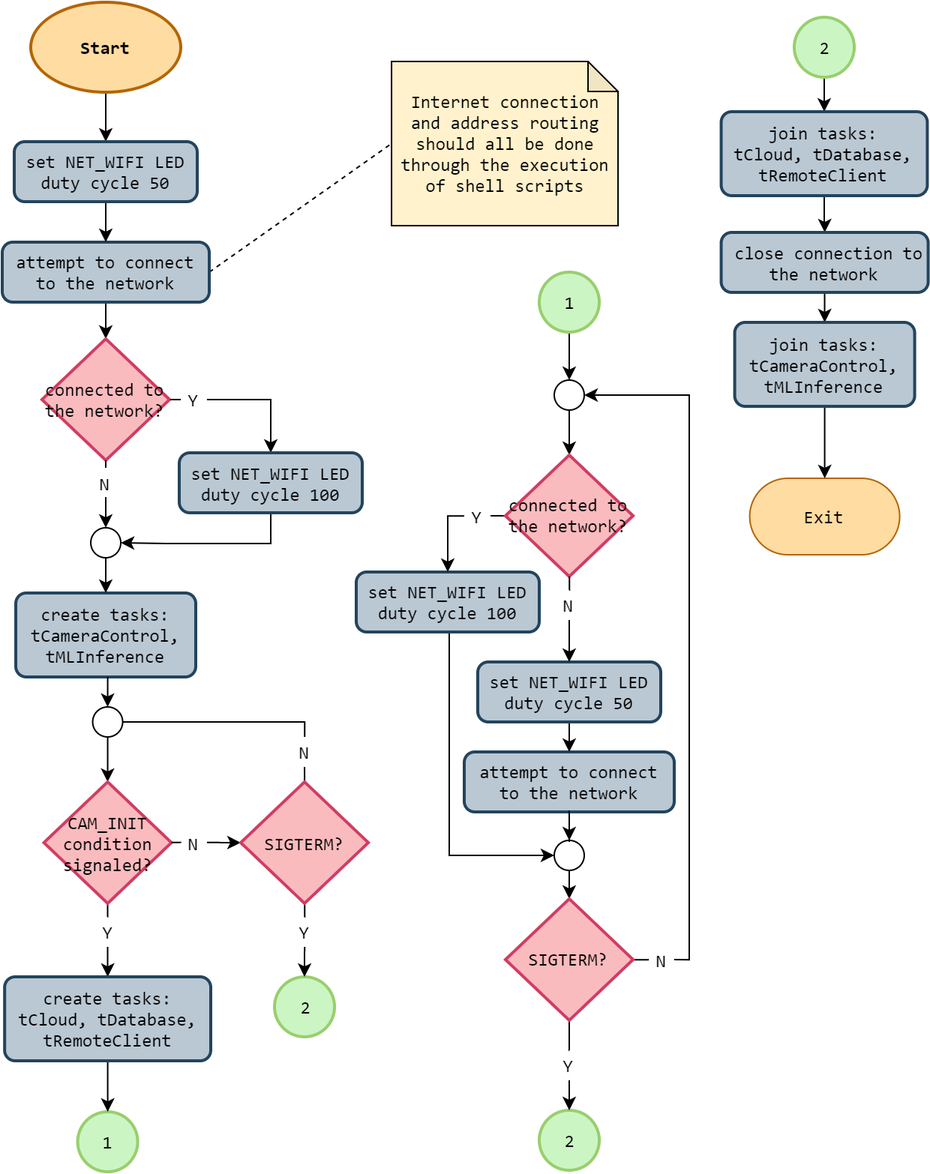
This is 3. Design/4. Software Specification/threads/thread-fc/thread-fc-main.png from esrg-silent-howl/argos, a draw.io export, as it was before one commit. Source tidied: cells renumbered, new cells last; positions are measured from the earlier drawing's top-left corner, leaving out a move shared by most shapes.
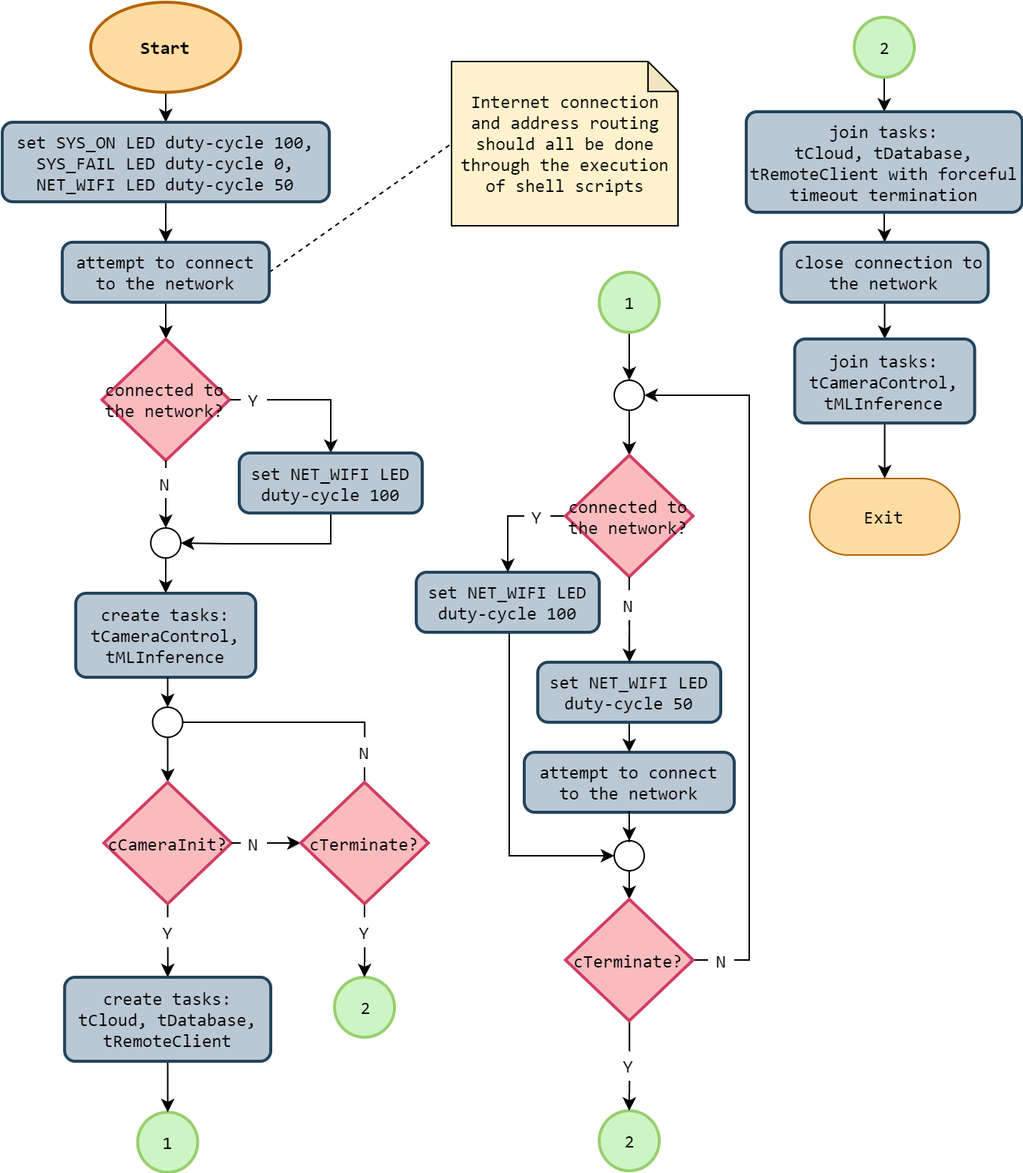
After the change.

What changed in the source:
```diff
@@ -60,7 +60,7 @@
         </Array>
       </mxGeometry>
     </mxCell>
-    <mxCell id="15" value="set NET_WIFI LED duty cycle 100" style="rounded=1;whiteSpace=wrap;html=1;absoluteArcSize=1;arcSize=14;strokeWidth=2;fillColor=#bac8d3;strokeColor=#23445d;fontFamily=Consolas;" parent="1" vertex="1">
+    <mxCell id="15" value="set NET_WIFI LED duty-cycle 100" style="rounded=1;whiteSpace=wrap;html=1;absoluteArcSize=1;arcSize=14;strokeWidth=2;fillColor=#bac8d3;strokeColor=#23445d;fontFamily=Consolas;" parent="1" vertex="1">
       <mxGeometry x="118" y="300.5" width="122" height="40" as="geometry" />
     </mxCell>
     <mxCell id="16" style="edgeStyle=orthogonalEdgeStyle;rounded=0;jettySize=auto;html=1;startArrow=none;startFill=0;endArrow=classic;endFill=1;exitX=0.5;exitY=1;exitDx=0;exitDy=0;" parent="1" edge="1" source="17" target="10">
@@ -113,7 +113,7 @@
         </Array>
       </mxGeometry>
     </mxCell>
-    <mxCell id="24" value="CAM_INIT condition signaled?" style="strokeWidth=2;html=1;shape=mxgraph.flowchart.decision;whiteSpace=wrap;fillColor=#FABBBE;strokeColor=#D03D63;fontFamily=Consolas;" parent="1" vertex="1">
+    <mxCell id="24" value="cCameraInit?" style="strokeWidth=2;html=1;shape=mxgraph.flowchart.decision;whiteSpace=wrap;fillColor=#FABBBE;strokeColor=#D03D63;fontFamily=Consolas;" parent="1" vertex="1">
       <mxGeometry x="27.8" y="520" width="85" height="81" as="geometry" />
     </mxCell>
     <mxCell id="25" style="ellipse;whiteSpace=wrap;html=1;fontFamily=Consolas;" parent="1" vertex="1">
@@ -174,7 +174,7 @@
         </Array>
       </mxGeometry>
     </mxCell>
-    <mxCell id="37" value="SIGTERM?" style="strokeWidth=2;html=1;shape=mxgraph.flowchart.decision;whiteSpace=wrap;fillColor=#FABBBE;strokeColor=#D03D63;fontFamily=Consolas;" parent="1" vertex="1">
+    <mxCell id="37" value="cTerminate?" style="strokeWidth=2;html=1;shape=mxgraph.flowchart.decision;whiteSpace=wrap;fillColor=#FABBBE;strokeColor=#D03D63;fontFamily=Consolas;" parent="1" vertex="1">
       <mxGeometry x="159" y="520" width="85" height="81" as="geometry" />
     </mxCell>
     <mxCell id="38" style="edgeStyle=orthogonalEdgeStyle;rounded=0;jettySize=auto;html=1;entryX=1;entryY=0.5;entryDx=0;entryDy=0;startArrow=none;startFill=0;endArrow=none;endFill=0;" parent="1" edge="1" source="39" target="25">
@@ -270,7 +270,7 @@
         </Array>
       </mxGeometry>
     </mxCell>
-    <mxCell id="57" value="SIGTERM?" style="strokeWidth=2;html=1;shape=mxgraph.flowchart.decision;whiteSpace=wrap;fillColor=#FABBBE;strokeColor=#D03D63;fontFamily=Consolas;" parent="1" vertex="1">
+    <mxCell id="57" value="cTerminate?" style="strokeWidth=2;html=1;shape=mxgraph.flowchart.decision;whiteSpace=wrap;fillColor=#FABBBE;strokeColor=#D03D63;fontFamily=Consolas;" parent="1" vertex="1">
       <mxGeometry x="335.5" y="598" width="85" height="81" as="geometry" />
     </mxCell>
     <mxCell id="58" style="edgeStyle=orthogonalEdgeStyle;rounded=0;jettySize=auto;html=1;entryX=1;entryY=0.5;entryDx=0;entryDy=0;startArrow=none;startFill=0;endArrow=classic;endFill=1;exitX=1;exitY=0.5;exitDx=0;exitDy=0;" parent="1" edge="1" source="64" target="49">
@@ -311,26 +311,26 @@
     <mxCell id="65" style="edgeStyle=orthogonalEdgeStyle;rounded=0;jettySize=auto;html=1;startArrow=none;startFill=0;endArrow=classic;endFill=1;" parent="1" edge="1" source="66" target="68">
       <mxGeometry relative="1" as="geometry" />
     </mxCell>
-    <mxCell id="66" value="join tasks:&lt;br&gt;tCloud, tDatabase, tRemoteClient" style="rounded=1;whiteSpace=wrap;html=1;absoluteArcSize=1;arcSize=14;strokeWidth=2;fillColor=#bac8d3;strokeColor=#23445d;fontFamily=Consolas;" parent="1" vertex="1">
-      <mxGeometry x="479.3" y="73" width="137.4" height="56" as="geometry" />
+    <mxCell id="66" value="join tasks:&lt;br&gt;tCloud, tDatabase, tRemoteClient with forceful timeout termination" style="rounded=1;whiteSpace=wrap;html=1;absoluteArcSize=1;arcSize=14;strokeWidth=2;fillColor=#bac8d3;strokeColor=#23445d;fontFamily=Consolas;" parent="1" vertex="1">
+      <mxGeometry x="456" y="73" width="184" height="67" as="geometry" />
     </mxCell>
     <mxCell id="67" style="edgeStyle=orthogonalEdgeStyle;rounded=0;jettySize=auto;html=1;startArrow=none;startFill=0;endArrow=classic;endFill=1;" parent="1" edge="1" source="68" target="70">
       <mxGeometry relative="1" as="geometry" />
     </mxCell>
     <mxCell id="68" value="&amp;nbsp;close connection to the network" style="rounded=1;whiteSpace=wrap;html=1;absoluteArcSize=1;arcSize=14;strokeWidth=2;fillColor=#bac8d3;strokeColor=#23445d;fontFamily=Consolas;" parent="1" vertex="1">
-      <mxGeometry x="479.3" y="153.5" width="138" height="40" as="geometry" />
+      <mxGeometry x="479.3" y="160" width="138" height="40" as="geometry" />
     </mxCell>
     <mxCell id="69" style="edgeStyle=orthogonalEdgeStyle;rounded=0;jettySize=auto;html=1;entryX=0.5;entryY=0;entryDx=0;entryDy=0;startArrow=none;startFill=0;endArrow=classic;endFill=1;" parent="1" edge="1" source="70" target="43">
       <mxGeometry relative="1" as="geometry" />
     </mxCell>
     <mxCell id="70" value="join tasks:&lt;br&gt;tCameraControl,&lt;br&gt;tMLInference" style="rounded=1;whiteSpace=wrap;html=1;absoluteArcSize=1;arcSize=14;strokeWidth=2;fillColor=#bac8d3;strokeColor=#23445d;fontFamily=Consolas;" parent="1" vertex="1">
-      <mxGeometry x="488.3" y="213.5" width="120" height="56" as="geometry" />
+      <mxGeometry x="488.3" y="224.5" width="120" height="56" as="geometry" />
     </mxCell>
     <mxCell id="71" style="edgeStyle=orthogonalEdgeStyle;rounded=0;jettySize=auto;html=1;entryX=0.5;entryY=0;entryDx=0;entryDy=0;" parent="1" edge="1" source="72" target="7">
       <mxGeometry relative="1" as="geometry" />
     </mxCell>
-    <mxCell id="72" value="set NET_WIFI LED duty cycle 50" style="rounded=1;whiteSpace=wrap;html=1;absoluteArcSize=1;arcSize=14;strokeWidth=2;fillColor=#bac8d3;strokeColor=#23445d;fontFamily=Consolas;" parent="1" vertex="1">
-      <mxGeometry x="8" y="93" width="122" height="40" as="geometry" />
+    <mxCell id="72" value="set SYS_ON LED duty-cycle 100,&lt;br&gt;SYS_FAIL LED duty-cycle 0,&lt;br&gt;NET_WIFI LED duty-cycle 50" style="rounded=1;whiteSpace=wrap;html=1;absoluteArcSize=1;arcSize=14;strokeWidth=2;fillColor=#bac8d3;strokeColor=#23445d;fontFamily=Consolas;" parent="1" vertex="1">
+      <mxGeometry x="-40" y="80" width="218" height="53" as="geometry" />
     </mxCell>
     <mxCell id="73" style="ellipse;whiteSpace=wrap;html=1;fontFamily=Consolas;" parent="1" vertex="1">
       <mxGeometry x="368" y="559" width="20" height="20" as="geometry" />
@@ -338,7 +338,7 @@
     <mxCell id="74" style="edgeStyle=orthogonalEdgeStyle;rounded=0;jettySize=auto;html=1;entryX=0.5;entryY=0;entryDx=0;entryDy=0;entryPerimeter=0;startArrow=none;startFill=0;endArrow=classic;endFill=1;" parent="1" edge="1" source="51" target="73">
       <mxGeometry relative="1" as="geometry" />
     </mxCell>
-    <mxCell id="75" value="set NET_WIFI LED duty cycle 50" style="rounded=1;whiteSpace=wrap;html=1;absoluteArcSize=1;arcSize=14;strokeWidth=2;fillColor=#bac8d3;strokeColor=#23445d;fontFamily=Consolas;" parent="1" vertex="1">
+    <mxCell id="75" value="set NET_WIFI LED duty-cycle 50" style="rounded=1;whiteSpace=wrap;html=1;absoluteArcSize=1;arcSize=14;strokeWidth=2;fillColor=#bac8d3;strokeColor=#23445d;fontFamily=Consolas;" parent="1" vertex="1">
       <mxGeometry x="317" y="440" width="122" height="40" as="geometry" />
     </mxCell>
     <mxCell id="76" style="edgeStyle=orthogonalEdgeStyle;rounded=0;jettySize=auto;html=1;startArrow=none;startFill=0;endArrow=classic;endFill=1;" parent="1" edge="1" source="54" target="75">
@@ -349,7 +349,7 @@
         </Array>
       </mxGeometry>
     </mxCell>
-    <mxCell id="77" value="set NET_WIFI LED duty cycle 100" style="rounded=1;whiteSpace=wrap;html=1;absoluteArcSize=1;arcSize=14;strokeWidth=2;fillColor=#bac8d3;strokeColor=#23445d;fontFamily=Consolas;" parent="1" vertex="1">
+    <mxCell id="77" value="set NET_WIFI LED duty-cycle 100" style="rounded=1;whiteSpace=wrap;html=1;absoluteArcSize=1;arcSize=14;strokeWidth=2;fillColor=#bac8d3;strokeColor=#23445d;fontFamily=Consolas;" parent="1" vertex="1">
       <mxGeometry x="236" y="380" width="122" height="40" as="geometry" />
     </mxCell>
     <mxCell id="78" style="edgeStyle=orthogonalEdgeStyle;rounded=0;jettySize=auto;html=1;entryX=0.5;entryY=0;entryDx=0;entryDy=0;startArrow=none;startFill=0;endArrow=classic;endFill=1;" parent="1" edge="1" source="63" target="77">
```
